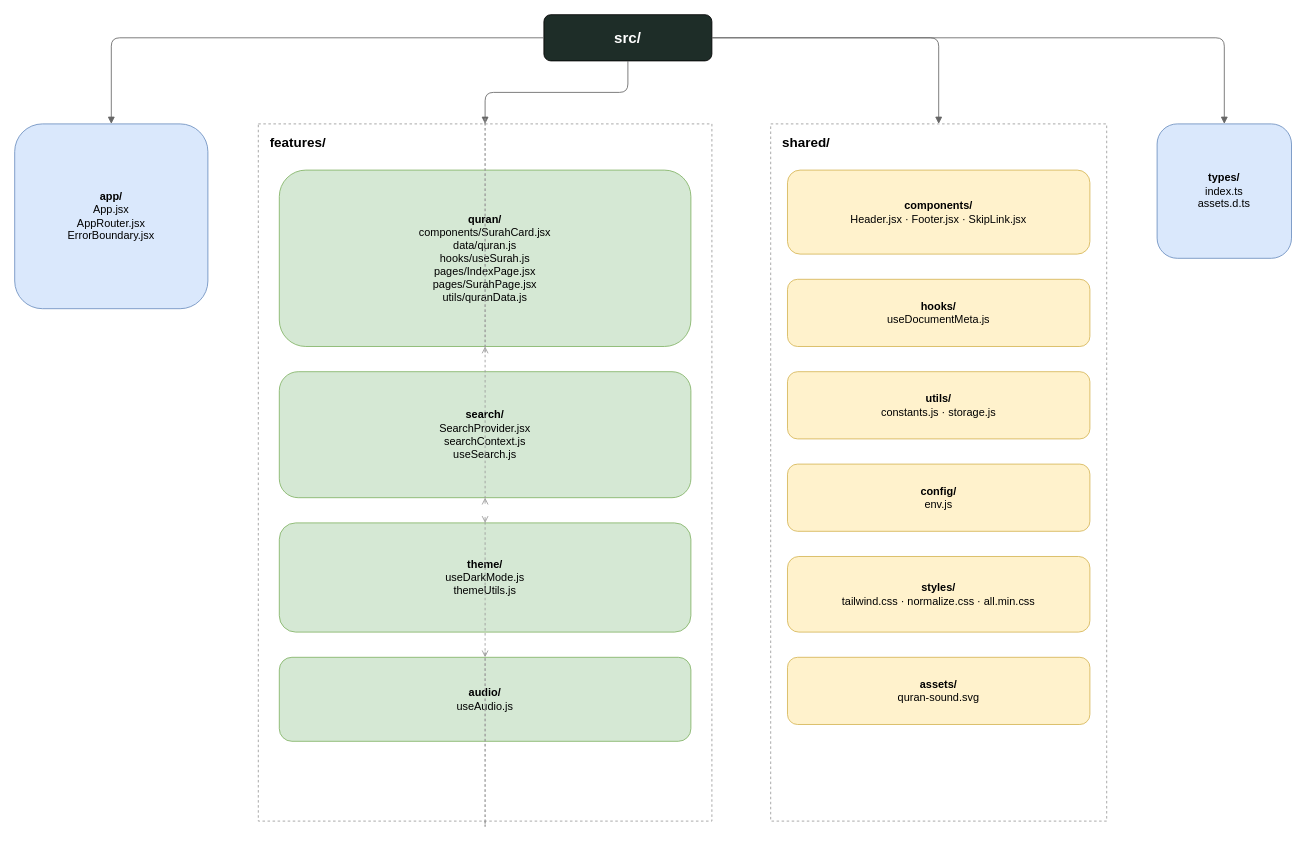
Above: page "2. Folder Structure" (2 of 3) of src/plan.drawio in HAMZAELMANZARI/Quran (draw.io), before the change. Source tidied: cells renumbered, new cells numbered last; positions are measured from the earlier drawing's top-left corner, leaving out a move shared by most shapes. Both pictures are drawn from the tidied source at 84%, with x=0, y=0 at pixel (14, 14).
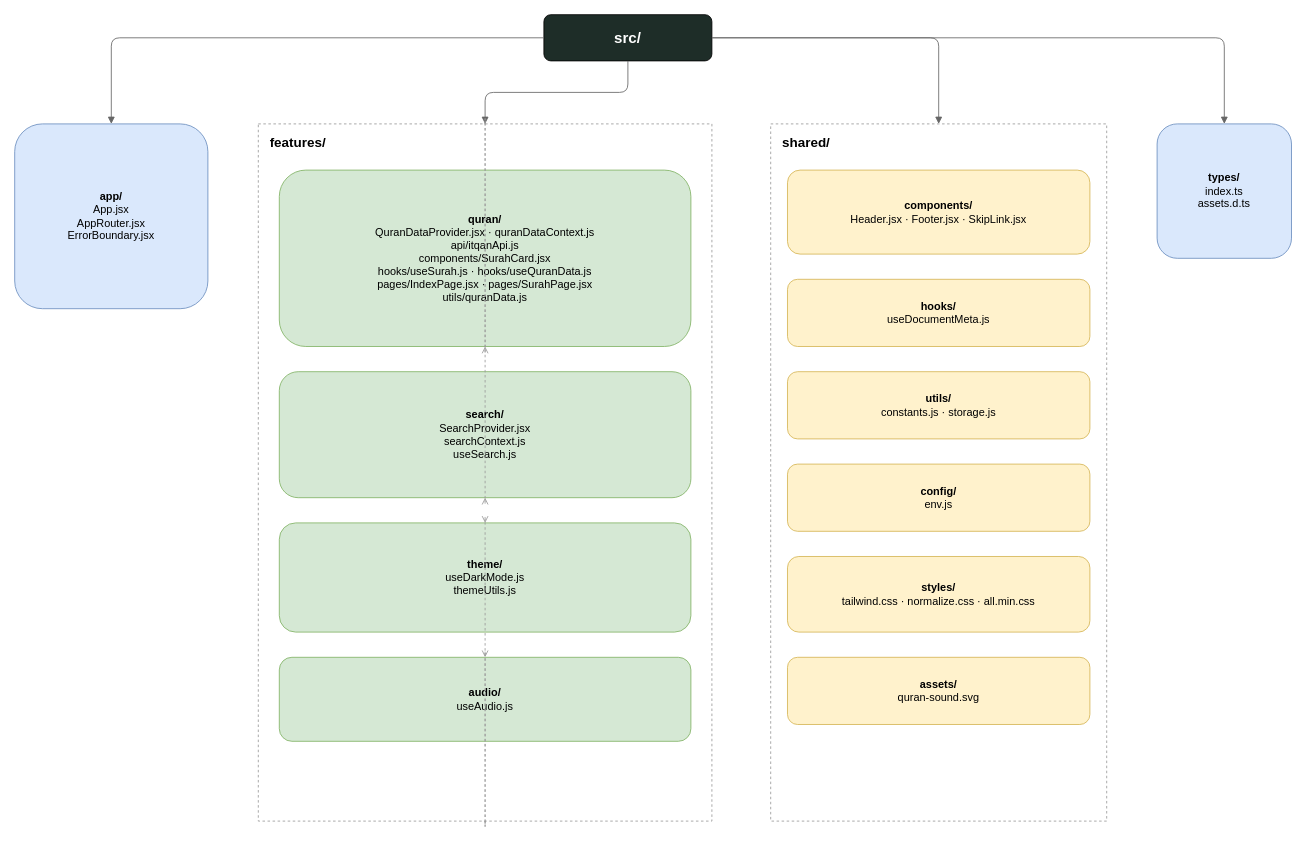
The same page after the edit.

What changed in the source:
```diff
@@
-    <mxCell id="5" value="&lt;b&gt;quran/&lt;/b&gt;&lt;br&gt;components/SurahCard.jsx&lt;br&gt;data/quran.js&lt;br&gt;hooks/useSurah.js&lt;br&gt;pages/IndexPage.jsx&lt;br&gt;pages/SurahPage.jsx&lt;br&gt;utils/quranData.js" style="rounded=1;whiteSpace=wrap;html=1;fillColor=#d5e8d4;strokeColor=#82b366;fontSize=13;" parent="1" vertex="1">
+    <mxCell id="5" value="&lt;b&gt;quran/&lt;/b&gt;&lt;br&gt;QuranDataProvider.jsx · quranDataContext.js&lt;br&gt;api/itqanApi.js&lt;br&gt;components/SurahCard.jsx&lt;br&gt;hooks/useSurah.js · hooks/useQuranData.js&lt;br&gt;pages/IndexPage.jsx · pages/SurahPage.jsx&lt;br&gt;utils/quranData.js" style="rounded=1;whiteSpace=wrap;html=1;fillColor=#d5e8d4;strokeColor=#82b366;fontSize=13;" parent="1" vertex="1">
       <mxGeometry x="315" y="185" width="490" height="210" as="geometry" />
     </mxCell>
```
